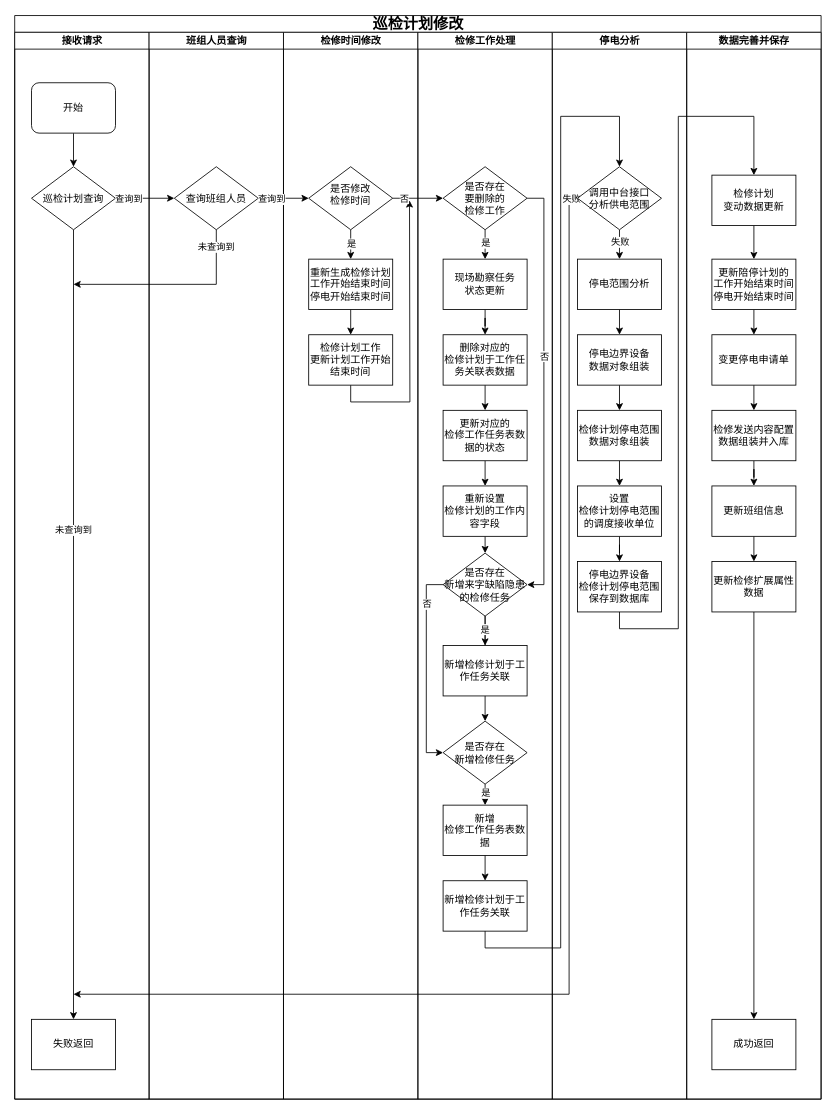
The draw.io diagram 检修计划修改.drawio in wwwwbo/myDraw, before the edit. Source tidied: cells renumbered, new cells numbered last; positions are measured from the earlier drawing's top-left corner, leaving out a move shared by most shapes. Both pictures are drawn from the tidied source at 84%, with x=0, y=0 at pixel (14, 15).
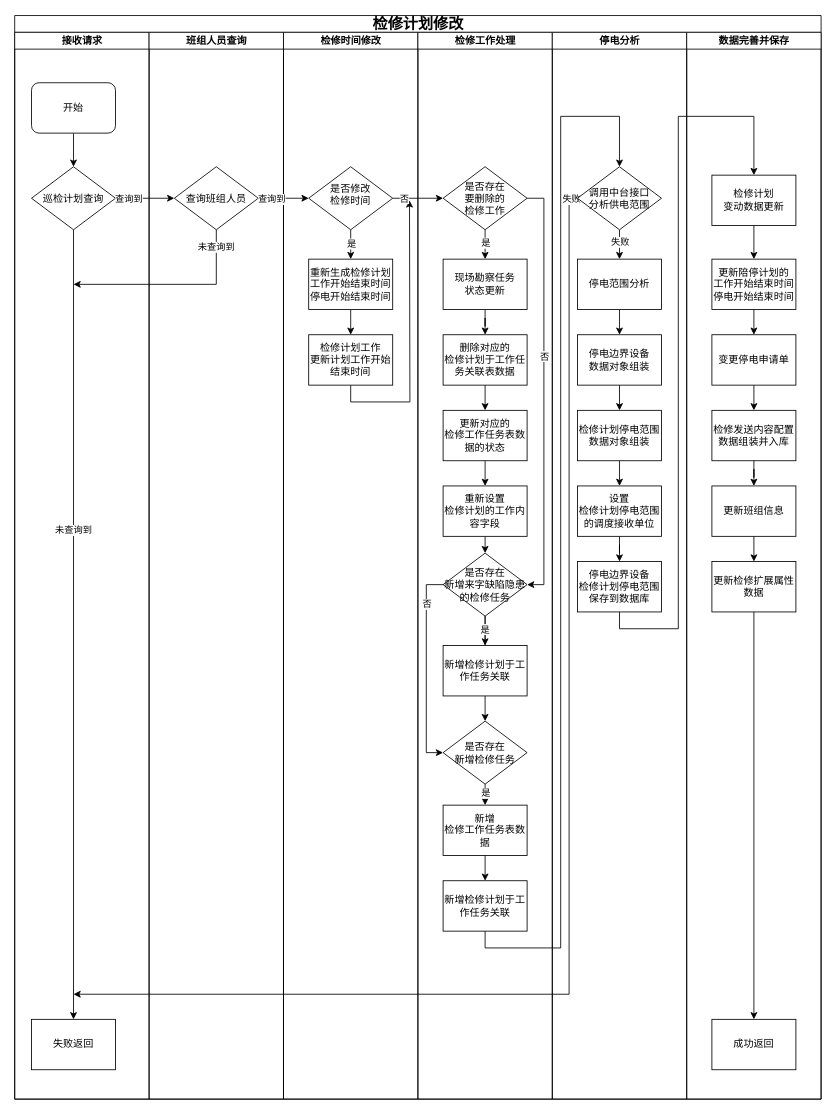
The same diagram, later.

Commit message:
更新检修计划修改.drawio

Diff of the diagram source:
```diff
@@
-    <mxCell id="2" value="&lt;font style=&quot;font-size: 18px;&quot;&gt;巡检计划修改&lt;/font&gt;" style="swimlane;html=1;startSize=20;rounded=0;shadow=0;labelBackgroundColor=none;strokeWidth=1;fontFamily=Verdana;fontSize=8;align=center;" parent="1" vertex="1">
+    <mxCell id="2" value="&lt;font style=&quot;font-size: 18px;&quot;&gt;检修计划修改&lt;/font&gt;" style="swimlane;html=1;startSize=20;rounded=0;shadow=0;labelBackgroundColor=none;strokeWidth=1;fontFamily=Verdana;fontSize=8;align=center;" parent="1" vertex="1">
       <mxGeometry width="960" height="1290" as="geometry" />
     </mxCell>
```
